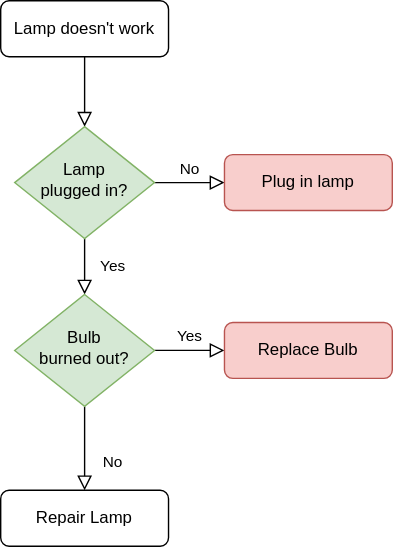
Before: doc/generation_test_2.drawio.svg, a diagram exported from draw.io (nkoester/github-experiments). Source tidied: cells renumbered, new cells last; positions are measured from the earlier drawing's top-left corner, leaving out a move shared by most shapes.
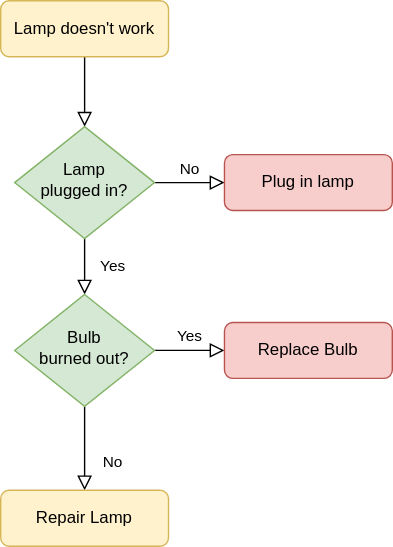
After the commit.

The edit, as a diff of the source:
```diff
@@ -5,7 +5,7 @@
     <mxCell id="2" style="rounded=0;html=1;jettySize=auto;fontSize=11;endArrow=block;endFill=0;endSize=8;strokeWidth=1;shadow=0;labelBackgroundColor=none;edgeStyle=orthogonalEdgeStyle;" parent="1" edge="1" source="3" target="6">
       <mxGeometry relative="1" as="geometry" />
     </mxCell>
-    <mxCell id="3" value="Lamp doesn't work" style="rounded=1;whiteSpace=wrap;html=1;fontSize=12;glass=0;strokeWidth=1;shadow=0;" parent="1" vertex="1">
+    <mxCell id="3" value="Lamp doesn't work" style="rounded=1;whiteSpace=wrap;html=1;fontSize=12;glass=0;strokeWidth=1;shadow=0;fillColor=#fff2cc;strokeColor=#d6b656;" parent="1" vertex="1">
       <mxGeometry width="120" height="40" as="geometry" />
     </mxCell>
     <mxCell id="4" value="Yes" style="rounded=0;html=1;jettySize=auto;fontSize=11;endArrow=block;endFill=0;endSize=8;strokeWidth=1;shadow=0;labelBackgroundColor=none;edgeStyle=orthogonalEdgeStyle;" parent="1" edge="1" source="6" target="10">
@@ -29,7 +29,7 @@
     <mxCell id="10" value="Bulb&lt;br&gt;burned out?" style="rhombus;whiteSpace=wrap;html=1;shadow=0;fontFamily=Helvetica;fontSize=12;align=center;strokeWidth=1;spacing=6;spacingTop=-4;fillColor=#d5e8d4;strokeColor=#82b366;" parent="1" vertex="1">
       <mxGeometry x="10" y="210" width="100" height="80" as="geometry" />
     </mxCell>
-    <mxCell id="11" value="Repair Lamp" style="rounded=1;whiteSpace=wrap;html=1;fontSize=12;glass=0;strokeWidth=1;shadow=0;" parent="1" vertex="1">
+    <mxCell id="11" value="Repair Lamp" style="rounded=1;whiteSpace=wrap;html=1;fontSize=12;glass=0;strokeWidth=1;shadow=0;fillColor=#fff2cc;strokeColor=#d6b656;" parent="1" vertex="1">
       <mxGeometry y="350" width="120" height="40" as="geometry" />
     </mxCell>
     <mxCell id="12" value="Replace Bulb" style="rounded=1;whiteSpace=wrap;html=1;fontSize=12;glass=0;strokeWidth=1;shadow=0;fillColor=#f8cecc;strokeColor=#b85450;" parent="1" vertex="1">
```
